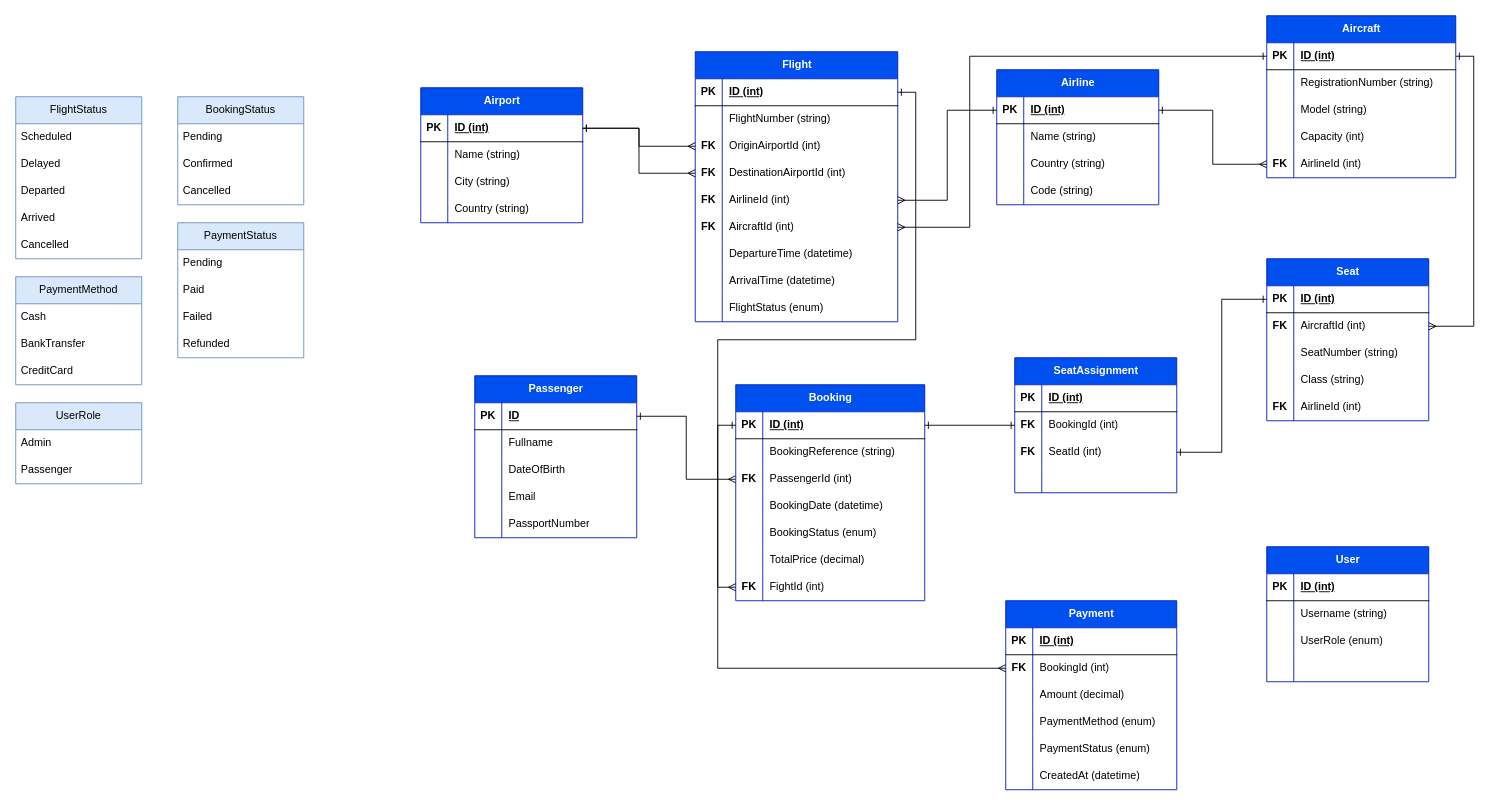
Earlier version of the draw.io diagram Airport_Management_System_UML.drawio (fleeforezz/Airport_Management_System). Source tidied: cells renumbered, new cells numbered last; positions are measured from the earlier drawing's top-left corner, leaving out a move shared by most shapes. Both pictures are drawn from the tidied source at 90%, with x=0, y=0 at pixel (15, 15).
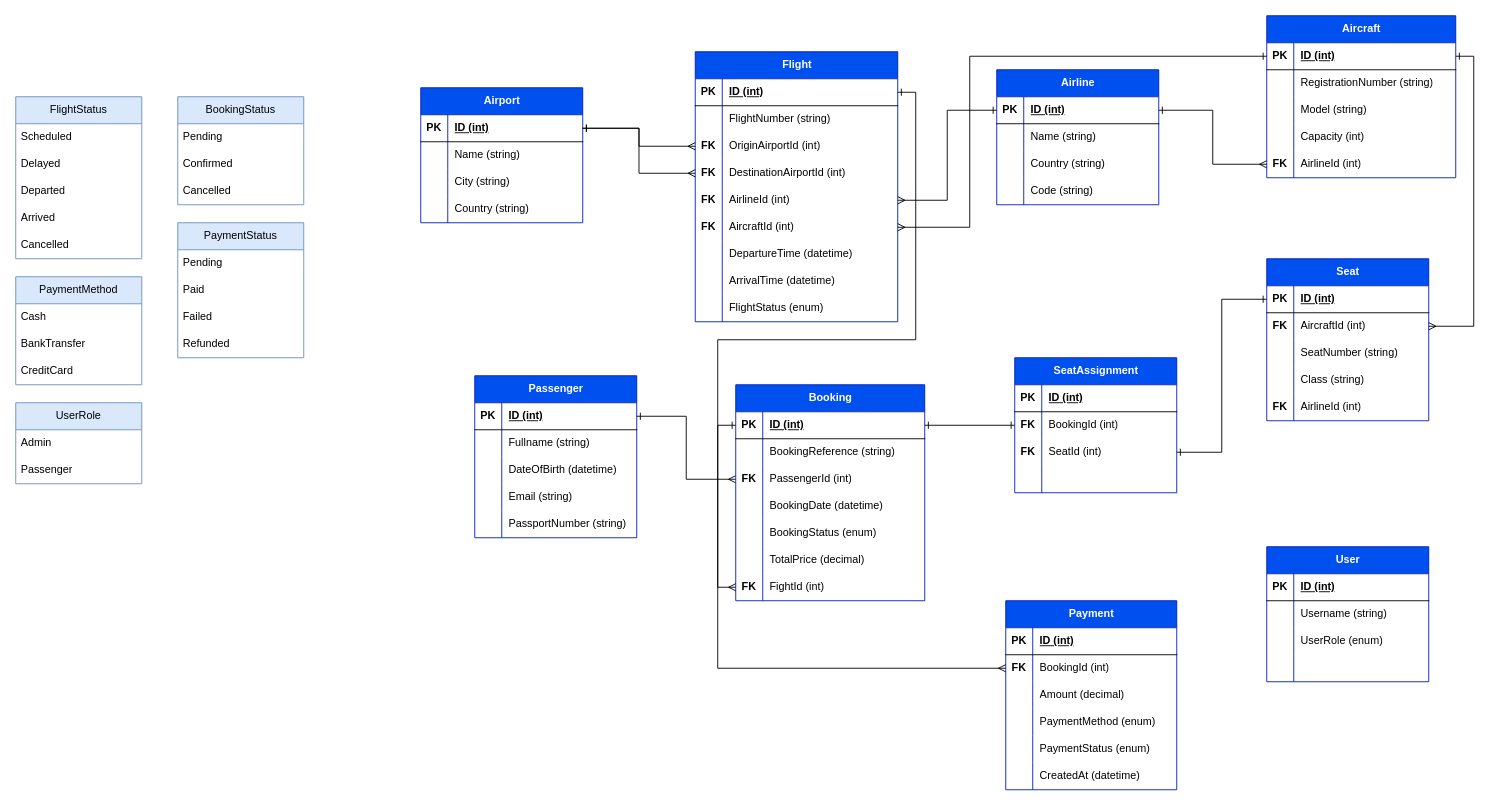
The same page after the edit.

The change refers to these unchanged cells:
```xml
<mxCell id="73" style="shape=tableRow;horizontal=0;startSize=0;swimlaneHead=0;swimlaneBody=0;fillColor=none;points=[[0,0.5],[1,0.5]];portConstraint=eastwest;top=0;left=0;right=0;bottom=1;" parent="72" vertex="1">
  <mxGeometry y="30" width="180" height="30" as="geometry" />
</mxCell>
<mxCell id="76" style="shape=tableRow;horizontal=0;startSize=0;swimlaneHead=0;swimlaneBody=0;fillColor=none;top=0;left=0;right=0;bottom=0;" parent="72" vertex="1">
  <mxGeometry y="60" width="180" height="30" as="geometry" />
</mxCell>
<mxCell id="79" style="shape=tableRow;horizontal=0;startSize=0;swimlaneHead=0;swimlaneBody=0;fillColor=none;top=0;left=0;right=0;bottom=0;" parent="72" vertex="1">
  <mxGeometry y="90" width="180" height="30" as="geometry" />
</mxCell>
<mxCell id="82" style="shape=tableRow;horizontal=0;startSize=0;swimlaneHead=0;swimlaneBody=0;fillColor=none;top=0;left=0;right=0;bottom=0;" parent="72" vertex="1">
  <mxGeometry y="120" width="180" height="30" as="geometry" />
</mxCell>
<mxCell id="85" style="shape=tableRow;horizontal=0;startSize=0;swimlaneHead=0;swimlaneBody=0;fillColor=none;top=0;left=0;right=0;bottom=0;" parent="72" vertex="1">
  <mxGeometry y="150" width="180" height="30" as="geometry" />
</mxCell>
```

The edit, as a diff of the source:
```diff
@@
-    <mxCell id="75" value="ID" style="shape=partialRectangle;fillColor=none;top=0;left=0;bottom=0;right=0;align=left;spacingLeft=6;fontStyle=5;overflow=hidden;whiteSpace=wrap;html=1;" parent="73" vertex="1">
+    <mxCell id="75" value="ID (int)" style="shape=partialRectangle;fillColor=none;top=0;left=0;bottom=0;right=0;align=left;spacingLeft=6;fontStyle=5;overflow=hidden;whiteSpace=wrap;html=1;" parent="73" vertex="1">
       <mxGeometry x="30" width="150" height="30" as="geometry" />
     </mxCell>
@@
-    <mxCell id="78" value="Fullname" style="shape=partialRectangle;fillColor=none;top=0;left=0;bottom=0;right=0;align=left;spacingLeft=6;overflow=hidden;whiteSpace=wrap;html=1;" parent="76" vertex="1">
+    <mxCell id="78" value="Fullname (string)" style="shape=partialRectangle;fillColor=none;top=0;left=0;bottom=0;right=0;align=left;spacingLeft=6;overflow=hidden;whiteSpace=wrap;html=1;" parent="76" vertex="1">
       <mxGeometry x="30" width="150" height="30" as="geometry" />
     </mxCell>
@@
-    <mxCell id="81" value="DateOfBirth" style="shape=partialRectangle;fillColor=none;top=0;left=0;bottom=0;right=0;align=left;spacingLeft=6;overflow=hidden;whiteSpace=wrap;html=1;" parent="79" vertex="1">
+    <mxCell id="81" value="DateOfBirth (datetime)" style="shape=partialRectangle;fillColor=none;top=0;left=0;bottom=0;right=0;align=left;spacingLeft=6;overflow=hidden;whiteSpace=wrap;html=1;" parent="79" vertex="1">
       <mxGeometry x="30" width="150" height="30" as="geometry" />
     </mxCell>
@@
-    <mxCell id="84" value="Email" style="shape=partialRectangle;fillColor=none;top=0;left=0;bottom=0;right=0;align=left;spacingLeft=6;overflow=hidden;whiteSpace=wrap;html=1;" parent="82" vertex="1">
+    <mxCell id="84" value="Email (string)" style="shape=partialRectangle;fillColor=none;top=0;left=0;bottom=0;right=0;align=left;spacingLeft=6;overflow=hidden;whiteSpace=wrap;html=1;" parent="82" vertex="1">
       <mxGeometry x="30" width="150" height="30" as="geometry" />
     </mxCell>
@@
-    <mxCell id="87" value="PassportNumber" style="shape=partialRectangle;fillColor=none;top=0;left=0;bottom=0;right=0;align=left;spacingLeft=6;overflow=hidden;whiteSpace=wrap;html=1;" parent="85" vertex="1">
+    <mxCell id="87" value="PassportNumber (string)" style="shape=partialRectangle;fillColor=none;top=0;left=0;bottom=0;right=0;align=left;spacingLeft=6;overflow=hidden;whiteSpace=wrap;html=1;" parent="85" vertex="1">
       <mxGeometry x="30" width="150" height="30" as="geometry" />
     </mxCell>
```
